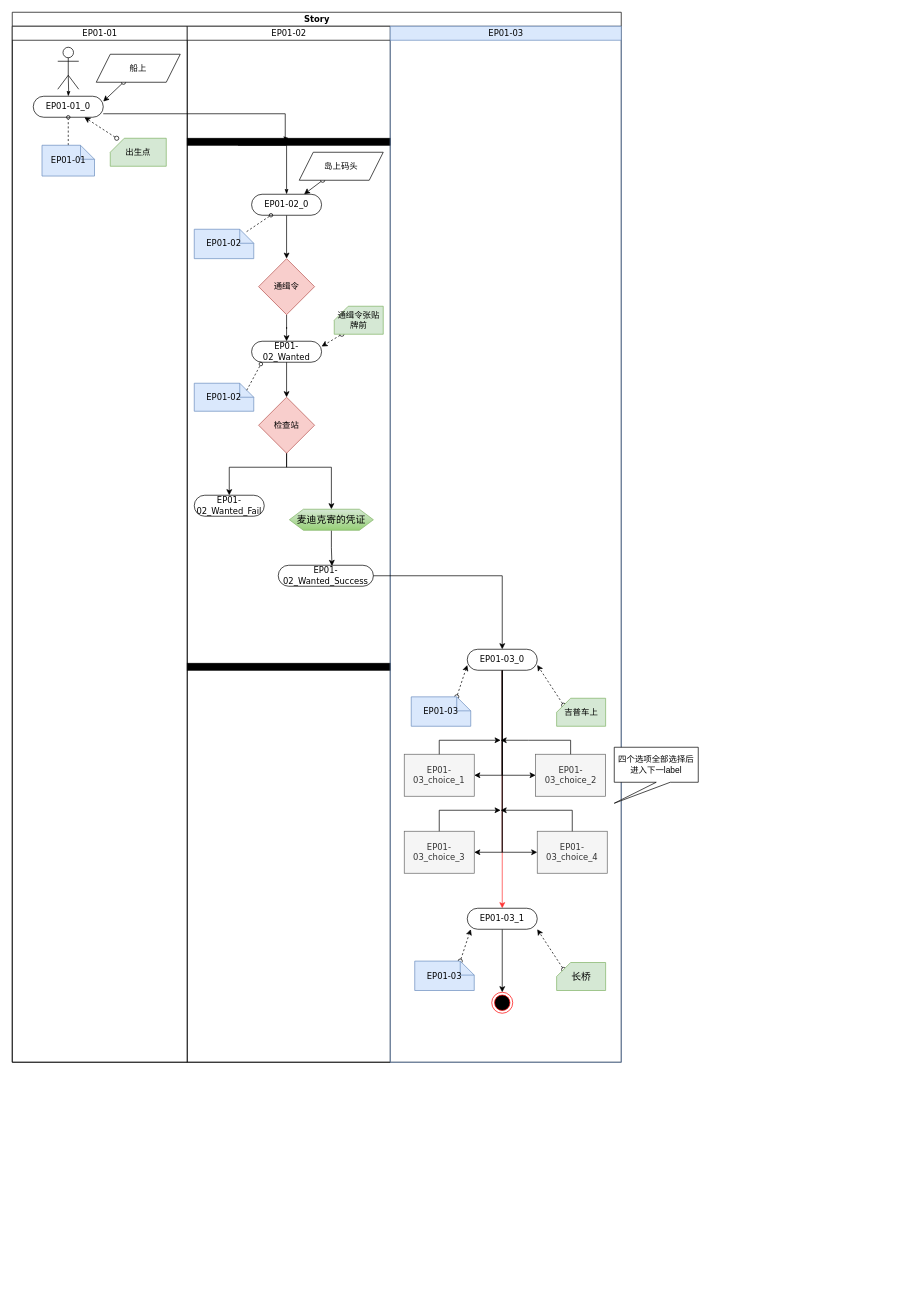
Above: page "关卡流程图" (1 of 2) of Tools/LevelDesignUML/LevelDesignUML_EP_01.drawio in kwh3884858/Hippocampus (draw.io), before the change. Source tidied: cells renumbered, new cells numbered last; positions are measured from the earlier drawing's top-left corner, leaving out a move shared by most shapes. Both pictures are drawn from the tidied source at 70%, with x=0, y=0 at pixel (12, 12).
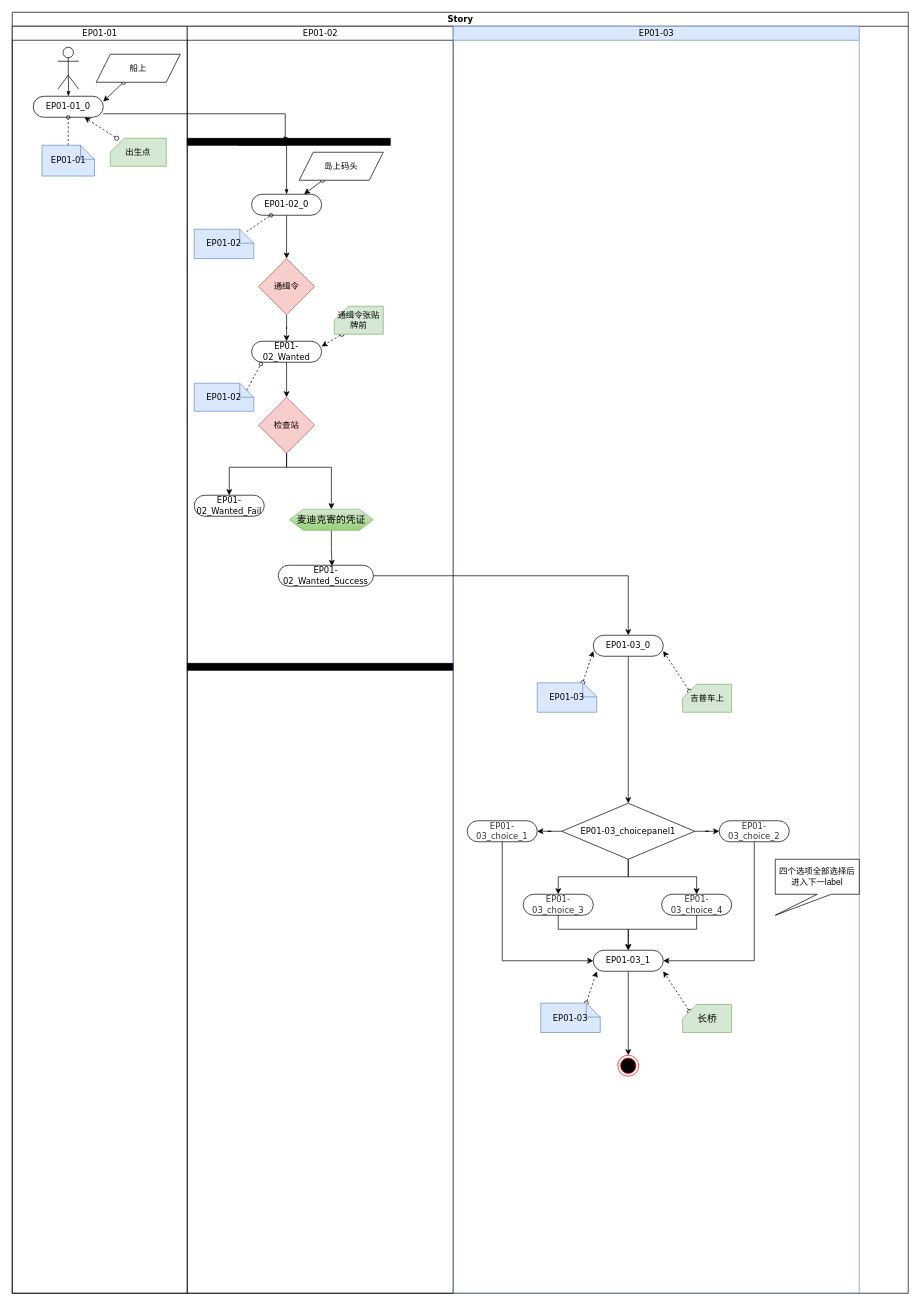
After the change.

Change to the diagram source:
```diff
@@
     <mxCell id="2" value="Story" style="swimlane;html=1;startSize=20;rounded=0;shadow=0;comic=0;labelBackgroundColor=none;strokeWidth=1;fontFamily=Verdana;fontSize=12;align=center;" parent="1" vertex="1">
-      <mxGeometry width="870" height="1500" as="geometry" />
+      <mxGeometry width="1280" height="1830" as="geometry" />
     </mxCell>
     <mxCell id="3" value="&lt;span style=&quot;font-family: &amp;#34;verdana&amp;#34; ; font-weight: 400&quot;&gt;EP01-01&lt;/span&gt;" style="swimlane;html=1;startSize=20;" parent="2" vertex="1">
-      <mxGeometry y="20" width="250" height="1480" as="geometry" />
+      <mxGeometry y="20" width="250" height="1810" as="geometry" />
     </mxCell>
@@
     <mxCell id="14" value="&lt;span style=&quot;font-family: &amp;#34;verdana&amp;#34; ; font-weight: 400&quot;&gt;EP01-02&lt;/span&gt;" style="swimlane;html=1;startSize=20;" parent="2" vertex="1">
-      <mxGeometry x="250" y="20" width="290" height="1480" as="geometry" />
+      <mxGeometry x="250" y="20" width="380" height="1810" as="geometry" />
     </mxCell>
@@
     <mxCell id="23" style="whiteSpace=wrap;html=1;rounded=0;shadow=0;comic=0;labelBackgroundColor=none;strokeWidth=1;fillColor=#000000;fontFamily=Verdana;fontSize=12;align=center;rotation=0;" parent="14" vertex="1">
-      <mxGeometry y="910" width="290" height="10" as="geometry" />
+      <mxGeometry y="910" width="380" height="10" as="geometry" />
     </mxCell>
@@
     <mxCell id="38" value="&lt;span style=&quot;font-family: &amp;#34;verdana&amp;#34; ; font-weight: 400&quot;&gt;EP01-03&lt;/span&gt;" style="swimlane;html=1;startSize=20;fillColor=#dae8fc;strokeColor=#6c8ebf;" parent="2" vertex="1">
-      <mxGeometry x="540" y="20" width="330" height="1480" as="geometry" />
+      <mxGeometry x="630" y="20" width="580" height="1810" as="geometry" />
     </mxCell>
@@
-    <mxCell id="46" style="edgeStyle=orthogonalEdgeStyle;rounded=0;jettySize=auto;html=1;entryX=0.5;entryY=0;entryDx=0;entryDy=0;strokeColor=#FF3333;" parent="38" edge="1" source="50" target="61">
-      <mxGeometry relative="1" as="geometry" />
-    </mxCell>
-    <mxCell id="47" style="edgeStyle=orthogonalEdgeStyle;rounded=0;jettySize=auto;html=1;entryX=1;entryY=0.5;entryDx=0;entryDy=0;" parent="38" edge="1" source="50" target="56">
-      <mxGeometry relative="1" as="geometry" />
-    </mxCell>
-    <mxCell id="48" style="edgeStyle=orthogonalEdgeStyle;rounded=0;jettySize=auto;html=1;entryX=0;entryY=0.5;entryDx=0;entryDy=0;" parent="38" edge="1" source="50" target="58">
-      <mxGeometry relative="1" as="geometry" />
-    </mxCell>
-    <mxCell id="49" style="edgeStyle=orthogonalEdgeStyle;rounded=0;jettySize=auto;html=1;entryX=1;entryY=0.5;entryDx=0;entryDy=0;strokeColor=#000000;" parent="38" edge="1" source="50" target="59">
-      <mxGeometry relative="1" as="geometry" />
-    </mxCell>
+    <mxCell id="74" style="edgeStyle=orthogonalEdgeStyle;rounded=0;jettySize=auto;html=1;entryX=0.5;entryY=0;entryDx=0;entryDy=0;" parent="38" edge="1" source="50" target="76">
+      <mxGeometry relative="1" as="geometry" />
+    </mxCell>
     <mxCell id="50" value="EP01-03_0" style="rounded=1;whiteSpace=wrap;html=1;shadow=0;comic=0;labelBackgroundColor=none;strokeWidth=1;fontFamily=Verdana;fontSize=12;align=center;arcSize=50;" parent="38" vertex="1">
-      <mxGeometry x="110" y="890" width="100" height="30" as="geometry" />
+      <mxGeometry x="200" y="870" width="100" height="30" as="geometry" />
     </mxCell>
@@
     <mxCell id="52" value="吉普车上" style="shape=card;whiteSpace=wrap;html=1;size=20;fillColor=#d5e8d4;strokeColor=#82b366;" parent="38" vertex="1">
-      <mxGeometry x="237.7" y="960" width="70" height="40" as="geometry" />
+      <mxGeometry x="327.7" y="940" width="70" height="40" as="geometry" />
     </mxCell>
@@
     <mxCell id="54" style="ellipse;html=1;shape=endState;fillColor=#000000;strokeColor=#ff0000;" parent="38" vertex="1">
-      <mxGeometry x="145" y="1380" width="30" height="30" as="geometry" />
+      <mxGeometry x="235" y="1470" width="30" height="30" as="geometry" />
     </mxCell>
     <mxCell id="55" value="EP01-03" style="shape=note;whiteSpace=wrap;html=1;rounded=0;shadow=0;comic=0;labelBackgroundColor=none;strokeWidth=1;fontFamily=Verdana;fontSize=12;align=center;size=20;fillColor=#dae8fc;strokeColor=#6c8ebf;" parent="38" vertex="1">
-      <mxGeometry x="30" y="958" width="85" height="42" as="geometry" />
+      <mxGeometry x="120" y="938" width="85" height="42" as="geometry" />
     </mxCell>
-    <mxCell id="56" value="&lt;span style=&quot;font-family: &amp;#34;verdana&amp;#34;&quot;&gt;EP01-03_choice_1&lt;/span&gt;" style="whiteSpace=wrap;html=1;align=center;verticalAlign=middle;fillColor=#f5f5f5;strokeColor=#666666;fontColor=#333333;" parent="38" vertex="1" collapsed="1">
-      <mxGeometry x="20" y="1040" width="100" height="60" as="geometry" />
-    </mxCell>
-    <mxCell id="57" value="&lt;span style=&quot;font-family: &amp;#34;verdana&amp;#34;&quot;&gt;EP01-03_choice_2&lt;/span&gt;" style="whiteSpace=wrap;html=1;align=center;verticalAlign=middle;fillColor=#f5f5f5;strokeColor=#666666;fontColor=#333333;" parent="38" vertex="1" collapsed="1">
-      <mxGeometry x="207.7" y="1040" width="100" height="60" as="geometry" />
-    </mxCell>
-    <mxCell id="58" value="&lt;span style=&quot;font-family: &amp;#34;verdana&amp;#34;&quot;&gt;EP01-03_choice_4&lt;/span&gt;" style="whiteSpace=wrap;html=1;align=center;verticalAlign=middle;fillColor=#f5f5f5;strokeColor=#666666;fontColor=#333333;" parent="38" vertex="1">
-      <mxGeometry x="210" y="1150" width="100" height="60" as="geometry" />
-    </mxCell>
-    <mxCell id="59" value="&lt;span style=&quot;font-family: &amp;#34;verdana&amp;#34;&quot;&gt;EP01-03_choice_3&lt;/span&gt;" style="whiteSpace=wrap;html=1;align=center;verticalAlign=middle;fillColor=#f5f5f5;strokeColor=#666666;fontColor=#333333;" parent="38" vertex="1">
-      <mxGeometry x="20" y="1150" width="100" height="60" as="geometry" />
-    </mxCell>
-    <mxCell id="60" style="edgeStyle=orthogonalEdgeStyle;rounded=0;jettySize=auto;html=1;entryX=0.5;entryY=0;entryDx=0;entryDy=0;strokeColor=#000000;" parent="38" edge="1" source="61" target="54">
+    <mxCell id="60" style="edgeStyle=orthogonalEdgeStyle;rounded=0;jettySize=auto;html=1;entryX=0.5;entryY=0;entryDx=0;entryDy=0;strokeColor=#000000;exitX=0.5;exitY=1;exitDx=0;exitDy=0;" parent="38" edge="1" source="61" target="54">
       <mxGeometry relative="1" as="geometry" />
     </mxCell>
-    <mxCell id="61" value="EP01-03_1" style="rounded=1;whiteSpace=wrap;html=1;shadow=0;comic=0;labelBackgroundColor=none;strokeWidth=1;fontFamily=Verdana;fontSize=12;align=center;arcSize=50;" parent="38" vertex="1">
-      <mxGeometry x="110" y="1260" width="100" height="30" as="geometry" />
-    </mxCell>
     <mxCell id="62" style="edgeStyle=none;rounded=0;jettySize=auto;html=1;entryX=1;entryY=0.75;entryDx=0;entryDy=0;dashed=1;startArrow=oval;startFill=0;exitX=0;exitY=0;exitDx=10;exitDy=10;exitPerimeter=0;" parent="38" edge="1" source="63">
       <mxGeometry relative="1" as="geometry">
-        <mxPoint x="210" y="1290" as="targetPoint" />
+        <mxPoint x="300" y="1350" as="targetPoint" />
       </mxGeometry>
     </mxCell>
     <mxCell id="63" value="&lt;span style=&quot;font-size: 14px&quot;&gt;长桥&lt;/span&gt;" style="shape=card;whiteSpace=wrap;html=1;size=20;fillColor=#d5e8d4;strokeColor=#82b366;" parent="38" vertex="1">
-      <mxGeometry x="237.7" y="1337.5" width="70" height="40" as="geometry" />
+      <mxGeometry x="327.7" y="1397.5" width="70" height="40" as="geometry" />
     </mxCell>
-    <mxCell id="64" style="edgeStyle=orthogonalEdgeStyle;rounded=0;jettySize=auto;html=1;entryX=0;entryY=0.5;entryDx=0;entryDy=0;exitX=0.5;exitY=1;exitDx=0;exitDy=0;" parent="38" edge="1" source="50" target="57">
-      <mxGeometry relative="1" as="geometry" />
-    </mxCell>
     <mxCell id="65" style="edgeStyle=none;rounded=0;jettySize=auto;html=1;entryX=0;entryY=0.75;entryDx=0;entryDy=0;dashed=1;startArrow=oval;startFill=0;exitX=0;exitY=0;exitDx=65;exitDy=0;exitPerimeter=0;" parent="38" edge="1" source="66">
       <mxGeometry relative="1" as="geometry">
-        <mxPoint x="115" y="1290" as="targetPoint" />
+        <mxPoint x="205" y="1350" as="targetPoint" />
       </mxGeometry>
     </mxCell>
     <mxCell id="66" value="EP01-03" style="shape=note;whiteSpace=wrap;html=1;rounded=0;shadow=0;comic=0;labelBackgroundColor=none;strokeWidth=1;fontFamily=Verdana;fontSize=12;align=center;size=20;fillColor=#dae8fc;strokeColor=#6c8ebf;" parent="38" vertex="1">
-      <mxGeometry x="35" y="1335.5" width="85" height="42" as="geometry" />
+      <mxGeometry x="125" y="1395.5" width="85" height="42" as="geometry" />
     </mxCell>
+    <mxCell id="75" style="edgeStyle=orthogonalEdgeStyle;rounded=0;jettySize=auto;html=1;entryX=0.5;entryY=0;entryDx=0;entryDy=0;" parent="38" edge="1" source="76" target="58">
+      <mxGeometry relative="1" as="geometry" />
+    </mxCell>
+    <mxCell id="76" value="EP01-03_choicepanel1" style="rhombus;whiteSpace=wrap;html=1;rounded=0;shadow=0;comic=0;strokeWidth=1;fontFamily=Verdana;" parent="38" vertex="1">
+      <mxGeometry x="155" y="1110" width="190" height="80" as="geometry" />
+    </mxCell>
+    <mxCell id="56" value="&lt;span style=&quot;color: rgb(51 , 51 , 51) ; font-family: &amp;#34;verdana&amp;#34;&quot;&gt;EP01-03_choice_1&lt;/span&gt;" style="rounded=1;whiteSpace=wrap;html=1;shadow=0;comic=0;labelBackgroundColor=none;strokeWidth=1;fontFamily=Verdana;fontSize=12;align=center;arcSize=50;" parent="38" vertex="1">
+      <mxGeometry x="20" y="1135" width="100" height="30" as="geometry" />
+    </mxCell>
+    <mxCell id="77" style="edgeStyle=orthogonalEdgeStyle;rounded=0;jettySize=auto;html=1;fontFamily=Verdana;" parent="38" edge="1" source="76" target="56">
+      <mxGeometry relative="1" as="geometry" />
+    </mxCell>
+    <mxCell id="59" value="&lt;span style=&quot;color: rgb(51 , 51 , 51) ; font-family: &amp;#34;verdana&amp;#34;&quot;&gt;EP01-03_choice_3&lt;/span&gt;" style="rounded=1;whiteSpace=wrap;html=1;shadow=0;comic=0;labelBackgroundColor=none;strokeWidth=1;fontFamily=Verdana;fontSize=12;align=center;arcSize=50;" parent="38" vertex="1">
+      <mxGeometry x="100" y="1240" width="100" height="30" as="geometry" />
+    </mxCell>
+    <mxCell id="78" style="edgeStyle=orthogonalEdgeStyle;rounded=0;jettySize=auto;html=1;fontFamily=Verdana;" parent="38" edge="1" source="76" target="59">
+      <mxGeometry relative="1" as="geometry" />
+    </mxCell>
+    <mxCell id="57" value="&lt;span style=&quot;color: rgb(51 , 51 , 51) ; font-family: &amp;#34;verdana&amp;#34;&quot;&gt;EP01-03_choice_2&lt;/span&gt;" style="rounded=1;whiteSpace=wrap;html=1;shadow=0;comic=0;labelBackgroundColor=none;strokeWidth=1;fontFamily=Verdana;fontSize=12;align=center;arcSize=50;" parent="38" vertex="1">
+      <mxGeometry x="380" y="1135" width="100" height="30" as="geometry" />
+    </mxCell>
+    <mxCell id="79" style="edgeStyle=orthogonalEdgeStyle;rounded=0;jettySize=auto;html=1;fontFamily=Verdana;" parent="38" edge="1" source="76" target="57">
+      <mxGeometry relative="1" as="geometry" />
+    </mxCell>
+    <mxCell id="61" value="EP01-03_1" style="rounded=1;whiteSpace=wrap;html=1;shadow=0;comic=0;labelBackgroundColor=none;strokeWidth=1;fontFamily=Verdana;fontSize=12;align=center;arcSize=50;" parent="38" vertex="1">
+      <mxGeometry x="200" y="1320" width="100" height="30" as="geometry" />
+    </mxCell>
+    <mxCell id="80" style="edgeStyle=orthogonalEdgeStyle;rounded=0;jettySize=auto;html=1;exitX=0.5;exitY=1;exitDx=0;exitDy=0;entryX=0;entryY=0.5;entryDx=0;entryDy=0;fontFamily=Verdana;" parent="38" edge="1" source="56" target="61">
+      <mxGeometry relative="1" as="geometry" />
+    </mxCell>
+    <mxCell id="81" style="edgeStyle=orthogonalEdgeStyle;rounded=0;jettySize=auto;html=1;fontFamily=Verdana;" parent="38" edge="1" source="59" target="61">
+      <mxGeometry relative="1" as="geometry">
+        <Array as="points">
+          <mxPoint x="150" y="1290" />
+          <mxPoint x="250" y="1290" />
+        </Array>
+      </mxGeometry>
+    </mxCell>
+    <mxCell id="82" style="edgeStyle=orthogonalEdgeStyle;rounded=0;jettySize=auto;html=1;exitX=0.5;exitY=1;exitDx=0;exitDy=0;entryX=1;entryY=0.5;entryDx=0;entryDy=0;fontFamily=Verdana;" parent="38" edge="1" source="57" target="61">
+      <mxGeometry relative="1" as="geometry" />
+    </mxCell>
+    <mxCell id="58" value="&lt;span style=&quot;color: rgb(51 , 51 , 51) ; font-family: &amp;#34;verdana&amp;#34;&quot;&gt;EP01-03_choice_4&lt;/span&gt;" style="rounded=1;whiteSpace=wrap;html=1;shadow=0;comic=0;labelBackgroundColor=none;strokeWidth=1;fontFamily=Verdana;fontSize=12;align=center;arcSize=50;" parent="38" vertex="1">
+      <mxGeometry x="297.7" y="1240" width="100" height="30" as="geometry" />
+    </mxCell>
+    <mxCell id="72" value="四个选项全部选择后进入下一label" style="shape=callout;whiteSpace=wrap;html=1;perimeter=calloutPerimeter;position2=0;" parent="38" vertex="1">
+      <mxGeometry x="460" y="1190" width="120" height="80" as="geometry" />
+    </mxCell>
@@
-    <mxCell id="68" style="edgeStyle=orthogonalEdgeStyle;rounded=0;jettySize=auto;html=1;" parent="1" edge="1" source="56">
-      <mxGeometry relative="1" as="geometry">
-        <mxPoint x="697.7" y="1040" as="targetPoint" />
-        <Array as="points">
-          <mxPoint x="609.7" y="1040" />
-        </Array>
-      </mxGeometry>
-    </mxCell>
-    <mxCell id="69" style="edgeStyle=orthogonalEdgeStyle;rounded=0;jettySize=auto;html=1;" parent="1" edge="1" source="57">
-      <mxGeometry relative="1" as="geometry">
-        <mxPoint x="697.7" y="1040" as="targetPoint" />
-        <Array as="points">
-          <mxPoint x="797.7" y="1040" />
-          <mxPoint x="737.7" y="1040" />
-        </Array>
-      </mxGeometry>
-    </mxCell>
-    <mxCell id="70" style="edgeStyle=orthogonalEdgeStyle;rounded=0;jettySize=auto;html=1;strokeColor=#000000;" parent="1" edge="1" source="59">
-      <mxGeometry relative="1" as="geometry">
-        <mxPoint x="697.7" y="1140" as="targetPoint" />
-        <Array as="points">
-          <mxPoint x="609.7" y="1140" />
-          <mxPoint x="697.7" y="1140" />
-        </Array>
-      </mxGeometry>
-    </mxCell>
-    <mxCell id="71" style="edgeStyle=orthogonalEdgeStyle;rounded=0;jettySize=auto;html=1;strokeColor=#000000;" parent="1" edge="1" source="58">
-      <mxGeometry relative="1" as="geometry">
-        <mxPoint x="697.7" y="1140" as="targetPoint" />
-        <Array as="points">
-          <mxPoint x="799.7" y="1140" />
-        </Array>
-      </mxGeometry>
-    </mxCell>
-    <mxCell id="72" value="四个选项全部选择后进入下一label" style="shape=callout;whiteSpace=wrap;html=1;perimeter=calloutPerimeter;position2=0;" parent="1" vertex="1">
-      <mxGeometry x="860" y="1050" width="120" height="80" as="geometry" />
-    </mxCell>
@@
+    <mxCell id="83" style="edgeStyle=orthogonalEdgeStyle;rounded=0;jettySize=auto;html=1;" parent="1" edge="1" source="58">
+      <mxGeometry relative="1" as="geometry">
+        <mxPoint x="880" y="1340" as="targetPoint" />
+        <Array as="points">
+          <mxPoint x="978" y="1310" />
+          <mxPoint x="880" y="1310" />
+        </Array>
+      </mxGeometry>
+    </mxCell>
```
